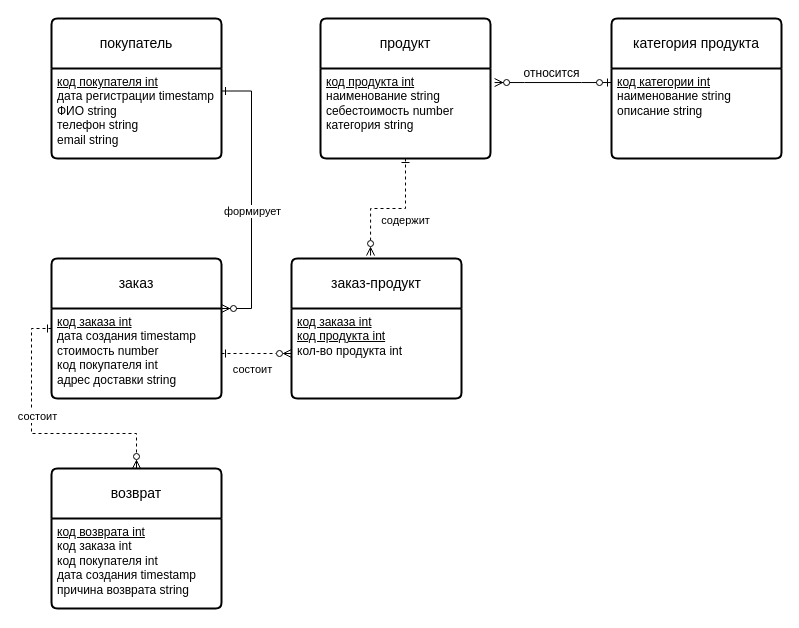
Above: 3nf.drawio in romanovanatalie/test (draw.io), before the change. Source tidied: cells renumbered, new cells numbered last; positions are measured from the earlier drawing's top-left corner, leaving out a move shared by most shapes. Both pictures are drawn from the tidied source at 100%, with x=0, y=0 at pixel (51, 18).
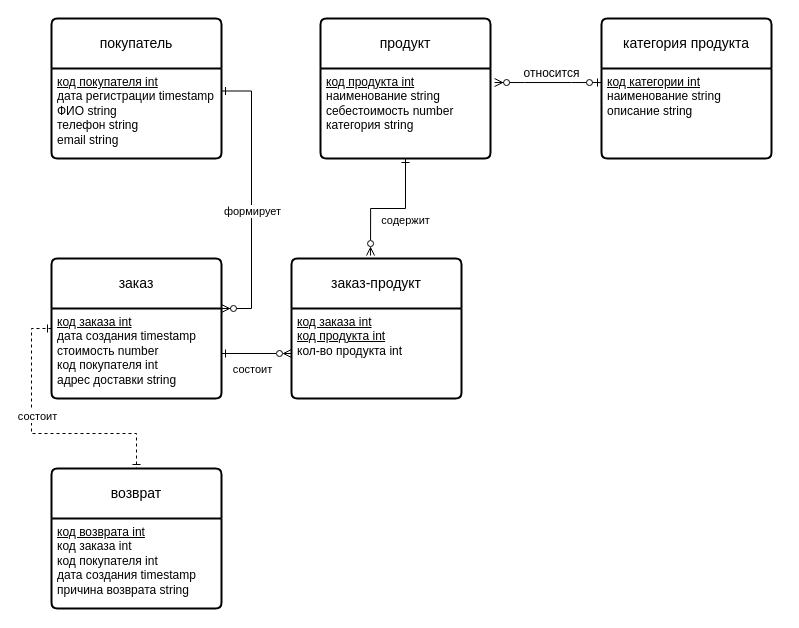
The same page after the edit.

Unchanged cells that the change refers to:
```xml
<mxCell id="5" value="&lt;u&gt;код продукта int&lt;/u&gt;&lt;div&gt;&lt;span style=&quot;background-color: initial;&quot;&gt;наименование string&lt;/span&gt;&lt;/div&gt;&lt;div&gt;&lt;span style=&quot;background-color: initial;&quot;&gt;себестоимость number&lt;/span&gt;&lt;/div&gt;&lt;div&gt;категория string&lt;/div&gt;&lt;div&gt;&lt;br&gt;&lt;/div&gt;" style="align=left;strokeColor=none;fillColor=none;spacingLeft=4;fontSize=12;verticalAlign=top;html=1;" parent="4" vertex="1">
  <mxGeometry y="50" width="170" height="90" as="geometry" />
</mxCell>
<mxCell id="6" value="заказ" style="swimlane;horizontal=1;startSize=50;rounded=1;fontSize=14;fontStyle=0;strokeWidth=2;shadow=0;dashed=0;align=center;arcSize=4;whiteSpace=wrap;html=1;" parent="1" vertex="1">
  <mxGeometry y="240" width="170" height="140" as="geometry" />
</mxCell>
<mxCell id="7" value="&lt;u&gt;код заказа int&lt;/u&gt;&lt;div&gt;дата создания timestamp&lt;/div&gt;&lt;div&gt;стоимость number&lt;/div&gt;&lt;div&gt;код покупателя int&lt;/div&gt;&lt;div&gt;адрес доставки string&lt;/div&gt;&lt;div&gt;&lt;br&gt;&lt;/div&gt;" style="align=left;strokeColor=none;fillColor=none;spacingLeft=4;fontSize=12;verticalAlign=top;html=1;" parent="6" vertex="1">
  <mxGeometry y="50" width="170" height="90" as="geometry" />
</mxCell>
<mxCell id="8" value="возврат" style="swimlane;horizontal=1;startSize=50;rounded=1;fontSize=14;fontStyle=0;strokeWidth=2;shadow=0;dashed=0;align=center;arcSize=4;whiteSpace=wrap;html=1;" parent="1" vertex="1">
  <mxGeometry y="450" width="170" height="140" as="geometry" />
</mxCell>
<mxCell id="16" value="заказ-продукт" style="swimlane;horizontal=1;startSize=50;rounded=1;fontSize=14;fontStyle=0;strokeWidth=2;shadow=0;dashed=0;align=center;arcSize=4;whiteSpace=wrap;html=1;" parent="1" vertex="1">
  <mxGeometry x="240" y="240" width="170" height="140" as="geometry" />
</mxCell>
<mxCell id="17" value="&lt;div&gt;&lt;u&gt;код заказа int&lt;/u&gt;&lt;/div&gt;&lt;div&gt;&lt;u&gt;код продукта int&lt;/u&gt;&lt;/div&gt;&lt;div&gt;кол-во продукта int&lt;/div&gt;" style="align=left;strokeColor=none;fillColor=none;spacingLeft=4;fontSize=12;verticalAlign=top;html=1;" parent="16" vertex="1">
  <mxGeometry y="50" width="170" height="90" as="geometry" />
</mxCell>
```

What changed in the source:
```diff
@@
     <mxCell id="10" value="категория продукта" style="swimlane;horizontal=1;startSize=50;rounded=1;fontSize=14;fontStyle=0;strokeWidth=2;shadow=0;dashed=0;align=center;arcSize=4;whiteSpace=wrap;html=1;" parent="1" vertex="1">
-      <mxGeometry x="560" width="170" height="140" as="geometry" />
+      <mxGeometry x="550" width="170" height="140" as="geometry" />
     </mxCell>
@@
-    <mxCell id="18" style="edgeStyle=orthogonalEdgeStyle;rounded=0;jettySize=auto;html=1;entryX=0;entryY=0.5;entryDx=0;entryDy=0;startArrow=ERone;startFill=0;endArrow=ERzeroToMany;endFill=0;dashed=1;" parent="1" edge="1" source="7" target="17">
+    <mxCell id="18" style="edgeStyle=orthogonalEdgeStyle;rounded=0;jettySize=auto;html=1;entryX=0;entryY=0.5;entryDx=0;entryDy=0;startArrow=ERone;startFill=0;endArrow=ERzeroToMany;endFill=0;" parent="1" edge="1" source="7" target="17">
       <mxGeometry relative="1" as="geometry" />
     </mxCell>
@@
-    <mxCell id="20" style="edgeStyle=orthogonalEdgeStyle;rounded=0;jettySize=auto;html=1;startArrow=ERone;startFill=0;endArrow=ERzeroToMany;endFill=0;dashed=1;exitX=0;exitY=0.5;exitDx=0;exitDy=0;" parent="1" edge="1" source="6" target="8">
+    <mxCell id="20" style="edgeStyle=orthogonalEdgeStyle;rounded=0;jettySize=auto;html=1;startArrow=ERone;startFill=0;endArrow=ERone;endFill=0;dashed=1;exitX=0;exitY=0.5;exitDx=0;exitDy=0;" parent="1" edge="1" source="6" target="8">
       <mxGeometry relative="1" as="geometry" />
     </mxCell>
@@
-    <mxCell id="22" style="edgeStyle=orthogonalEdgeStyle;rounded=0;jettySize=auto;html=1;startArrow=ERone;startFill=0;endArrow=ERzeroToMany;endFill=0;dashed=1;exitX=0.5;exitY=1;exitDx=0;exitDy=0;entryX=0.465;entryY=-0.021;entryDx=0;entryDy=0;entryPerimeter=0;" parent="1" edge="1" source="5" target="16">
+    <mxCell id="22" style="edgeStyle=orthogonalEdgeStyle;rounded=0;jettySize=auto;html=1;startArrow=ERone;startFill=0;endArrow=ERzeroToMany;endFill=0;exitX=0.5;exitY=1;exitDx=0;exitDy=0;entryX=0.465;entryY=-0.021;entryDx=0;entryDy=0;entryPerimeter=0;" parent="1" edge="1" source="5" target="16">
       <mxGeometry relative="1" as="geometry" />
     </mxCell>
```
